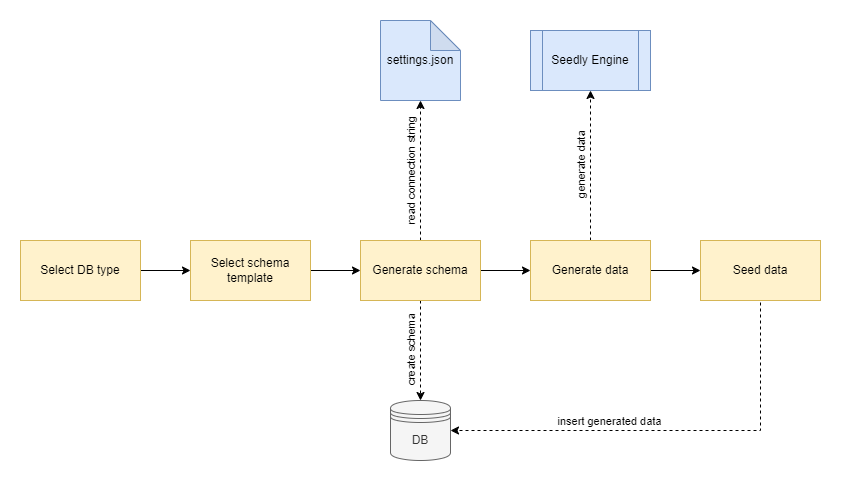
This is docs/assets/seedly.concept.schema.png from mlysien/Seedbly, a draw.io export, as it was before one commit. Source tidied: cells renumbered, new cells last; positions are measured from the earlier drawing's top-left corner, leaving out a move shared by most shapes. The source it was exported from:
```xml
<mxGraphModel>
  <root>
    <mxCell id="0" />
    <mxCell id="1" parent="0" />
    <mxCell id="2" value="DB" style="shape=datastore;whiteSpace=wrap;html=1;fillColor=#f5f5f5;fontColor=#333333;strokeColor=#666666;" parent="1" vertex="1">
      <mxGeometry x="370" y="380" width="60" height="60" as="geometry" />
    </mxCell>
    <mxCell id="3" style="edgeStyle=orthogonalEdgeStyle;rounded=0;jettySize=auto;html=1;" parent="1" edge="1" source="4" target="6">
      <mxGeometry relative="1" as="geometry" />
    </mxCell>
    <mxCell id="4" value="Select DB type" style="rounded=0;whiteSpace=wrap;html=1;fillColor=#fff2cc;strokeColor=#d6b656;" parent="1" vertex="1">
      <mxGeometry y="220" width="120" height="60" as="geometry" />
    </mxCell>
    <mxCell id="5" style="edgeStyle=orthogonalEdgeStyle;rounded=0;jettySize=auto;html=1;" parent="1" edge="1" source="6" target="12">
      <mxGeometry relative="1" as="geometry" />
    </mxCell>
    <mxCell id="6" value="Select schema template" style="whiteSpace=wrap;html=1;rounded=0;fillColor=#fff2cc;strokeColor=#d6b656;" parent="1" vertex="1">
      <mxGeometry x="170" y="220" width="120" height="60" as="geometry" />
    </mxCell>
    <mxCell id="7" style="edgeStyle=orthogonalEdgeStyle;rounded=0;jettySize=auto;html=1;" parent="1" edge="1" source="12" target="16">
      <mxGeometry relative="1" as="geometry" />
    </mxCell>
    <mxCell id="8" style="edgeStyle=orthogonalEdgeStyle;rounded=0;jettySize=auto;html=1;dashed=1;" parent="1" edge="1" source="12" target="17">
      <mxGeometry relative="1" as="geometry" />
    </mxCell>
    <mxCell id="9" value="read connection string" style="edgeLabel;html=1;align=center;verticalAlign=middle;rotation=-90;" parent="8" vertex="1">
      <mxGeometry x="-0.18" y="2" relative="1" as="geometry">
        <mxPoint x="-8" y="-12" as="offset" />
      </mxGeometry>
    </mxCell>
    <mxCell id="10" style="edgeStyle=orthogonalEdgeStyle;rounded=0;jettySize=auto;html=1;dashed=1;" parent="1" edge="1" source="12" target="2">
      <mxGeometry relative="1" as="geometry" />
    </mxCell>
    <mxCell id="11" value="create schema" style="edgeLabel;html=1;align=center;verticalAlign=middle;rotation=-90;" parent="10" vertex="1">
      <mxGeometry x="-0.09" relative="1" as="geometry">
        <mxPoint x="-10" y="4" as="offset" />
      </mxGeometry>
    </mxCell>
    <mxCell id="12" value="Generate schema" style="whiteSpace=wrap;html=1;rounded=0;fillColor=#fff2cc;strokeColor=#d6b656;" parent="1" vertex="1">
      <mxGeometry x="340" y="220" width="120" height="60" as="geometry" />
    </mxCell>
    <mxCell id="13" style="edgeStyle=orthogonalEdgeStyle;rounded=0;jettySize=auto;html=1;dashed=1;entryX=0.5;entryY=1;entryDx=0;entryDy=0;" parent="1" edge="1" source="16" target="21">
      <mxGeometry relative="1" as="geometry" />
    </mxCell>
    <mxCell id="14" value="generate data" style="edgeLabel;html=1;align=center;verticalAlign=middle;rotation=-90;" parent="13" vertex="1">
      <mxGeometry x="0.09" y="-3" relative="1" as="geometry">
        <mxPoint x="-13" y="7" as="offset" />
      </mxGeometry>
    </mxCell>
    <mxCell id="15" style="edgeStyle=orthogonalEdgeStyle;rounded=0;jettySize=auto;html=1;" parent="1" edge="1" source="16" target="20">
      <mxGeometry relative="1" as="geometry" />
    </mxCell>
    <mxCell id="16" value="Generate data" style="whiteSpace=wrap;html=1;rounded=0;fillColor=#fff2cc;strokeColor=#d6b656;" parent="1" vertex="1">
      <mxGeometry x="510" y="220" width="120" height="60" as="geometry" />
    </mxCell>
    <mxCell id="17" value="settings.json" style="shape=note;whiteSpace=wrap;html=1;backgroundOutline=1;darkOpacity=0.05;fillColor=#dae8fc;strokeColor=#6c8ebf;" parent="1" vertex="1">
      <mxGeometry x="360" width="80" height="80" as="geometry" />
    </mxCell>
    <mxCell id="18" style="edgeStyle=orthogonalEdgeStyle;rounded=0;jettySize=auto;html=1;dashed=1;entryX=1;entryY=0.5;entryDx=0;entryDy=0;" parent="1" edge="1" target="2">
      <mxGeometry relative="1" as="geometry">
        <mxPoint x="740" y="282" as="sourcePoint" />
        <Array as="points">
          <mxPoint x="740" y="410" />
        </Array>
      </mxGeometry>
    </mxCell>
    <mxCell id="19" value="insert generated data" style="edgeLabel;html=1;align=center;verticalAlign=middle;" parent="18" vertex="1">
      <mxGeometry x="0.28" y="-2" relative="1" as="geometry">
        <mxPoint x="1" y="-8" as="offset" />
      </mxGeometry>
    </mxCell>
    <mxCell id="20" value="Seed data" style="whiteSpace=wrap;html=1;rounded=0;fillColor=#fff2cc;strokeColor=#d6b656;" parent="1" vertex="1">
      <mxGeometry x="680" y="220" width="120" height="60" as="geometry" />
    </mxCell>
    <mxCell id="21" value="Seedly Engine" style="shape=process;whiteSpace=wrap;html=1;backgroundOutline=1;fillColor=#dae8fc;strokeColor=#6c8ebf;" parent="1" vertex="1">
      <mxGeometry x="510" y="10" width="120" height="60" as="geometry" />
    </mxCell>
  </root>
</mxGraphModel>
```
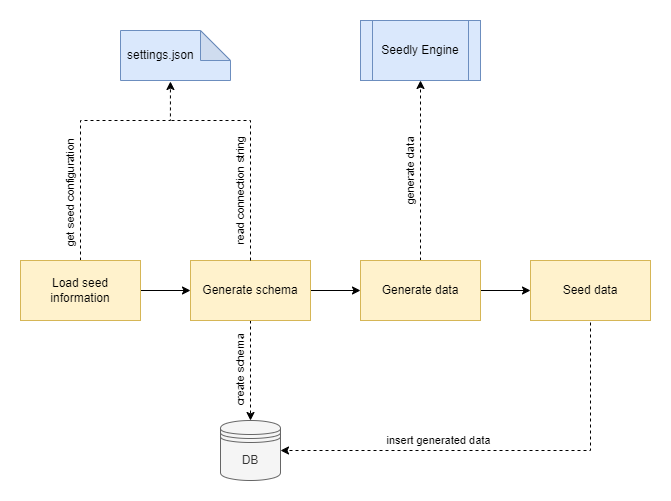
After the change.

Commit message:
update concept schema

The edit, as a diff of the source:
```diff
@@ -5,29 +5,29 @@
     <mxCell id="2" value="DB" style="shape=datastore;whiteSpace=wrap;html=1;fillColor=#f5f5f5;fontColor=#333333;strokeColor=#666666;" parent="1" vertex="1">
       <mxGeometry x="370" y="380" width="60" height="60" as="geometry" />
     </mxCell>
-    <mxCell id="3" style="edgeStyle=orthogonalEdgeStyle;rounded=0;jettySize=auto;html=1;" parent="1" edge="1" source="4" target="6">
-      <mxGeometry relative="1" as="geometry" />
-    </mxCell>
-    <mxCell id="4" value="Select DB type" style="rounded=0;whiteSpace=wrap;html=1;fillColor=#fff2cc;strokeColor=#d6b656;" parent="1" vertex="1">
-      <mxGeometry y="220" width="120" height="60" as="geometry" />
-    </mxCell>
     <mxCell id="5" style="edgeStyle=orthogonalEdgeStyle;rounded=0;jettySize=auto;html=1;" parent="1" edge="1" source="6" target="12">
       <mxGeometry relative="1" as="geometry" />
     </mxCell>
+    <mxCell id="22" style="edgeStyle=orthogonalEdgeStyle;rounded=0;jettySize=auto;html=1;dashed=1;entryX=0.454;entryY=1.02;entryDx=0;entryDy=0;entryPerimeter=0;" parent="1" edge="1" target="17">
+      <mxGeometry relative="1" as="geometry">
+        <mxPoint x="230" y="220" as="sourcePoint" />
+        <Array as="points">
+          <mxPoint x="230" y="80" />
+          <mxPoint x="320" y="80" />
+        </Array>
+      </mxGeometry>
+    </mxCell>
+    <mxCell id="23" value="get seed configuration" style="edgeLabel;html=1;align=center;verticalAlign=middle;rotation=-90;" parent="22" vertex="1">
+      <mxGeometry x="-0.63" y="3" relative="1" as="geometry">
+        <mxPoint x="-7" y="-18" as="offset" />
+      </mxGeometry>
+    </mxCell>
-    <mxCell id="6" value="Select schema template" style="whiteSpace=wrap;html=1;rounded=0;fillColor=#fff2cc;strokeColor=#d6b656;" parent="1" vertex="1">
+    <mxCell id="6" value="Load seed information" style="whiteSpace=wrap;html=1;rounded=0;fillColor=#fff2cc;strokeColor=#d6b656;" parent="1" vertex="1">
       <mxGeometry x="170" y="220" width="120" height="60" as="geometry" />
     </mxCell>
     <mxCell id="7" style="edgeStyle=orthogonalEdgeStyle;rounded=0;jettySize=auto;html=1;" parent="1" edge="1" source="12" target="16">
       <mxGeometry relative="1" as="geometry" />
     </mxCell>
-    <mxCell id="8" style="edgeStyle=orthogonalEdgeStyle;rounded=0;jettySize=auto;html=1;dashed=1;" parent="1" edge="1" source="12" target="17">
-      <mxGeometry relative="1" as="geometry" />
-    </mxCell>
-    <mxCell id="9" value="read connection string" style="edgeLabel;html=1;align=center;verticalAlign=middle;rotation=-90;" parent="8" vertex="1">
-      <mxGeometry x="-0.18" y="2" relative="1" as="geometry">
-        <mxPoint x="-8" y="-12" as="offset" />
-      </mxGeometry>
-    </mxCell>
     <mxCell id="10" style="edgeStyle=orthogonalEdgeStyle;rounded=0;jettySize=auto;html=1;dashed=1;" parent="1" edge="1" source="12" target="2">
       <mxGeometry relative="1" as="geometry" />
     </mxCell>
@@ -44,7 +44,7 @@
     </mxCell>
     <mxCell id="14" value="generate data" style="edgeLabel;html=1;align=center;verticalAlign=middle;rotation=-90;" parent="13" vertex="1">
       <mxGeometry x="0.09" y="-3" relative="1" as="geometry">
-        <mxPoint x="-13" y="7" as="offset" />
+        <mxPoint x="-13" y="9" as="offset" />
       </mxGeometry>
     </mxCell>
     <mxCell id="15" style="edgeStyle=orthogonalEdgeStyle;rounded=0;jettySize=auto;html=1;" parent="1" edge="1" source="16" target="20">
@@ -53,8 +53,8 @@
     <mxCell id="16" value="Generate data" style="whiteSpace=wrap;html=1;rounded=0;fillColor=#fff2cc;strokeColor=#d6b656;" parent="1" vertex="1">
       <mxGeometry x="510" y="220" width="120" height="60" as="geometry" />
     </mxCell>
-    <mxCell id="17" value="settings.json" style="shape=note;whiteSpace=wrap;html=1;backgroundOutline=1;darkOpacity=0.05;fillColor=#dae8fc;strokeColor=#6c8ebf;" parent="1" vertex="1">
-      <mxGeometry x="360" width="80" height="80" as="geometry" />
+    <mxCell id="17" value="settings.json" style="shape=note;whiteSpace=wrap;html=1;backgroundOutline=1;darkOpacity=0.05;fillColor=#dae8fc;strokeColor=#6c8ebf;align=left;spacingLeft=5;" parent="1" vertex="1">
+      <mxGeometry x="270" y="-10" width="110" height="50" as="geometry" />
     </mxCell>
     <mxCell id="18" style="edgeStyle=orthogonalEdgeStyle;rounded=0;jettySize=auto;html=1;dashed=1;entryX=1;entryY=0.5;entryDx=0;entryDy=0;" parent="1" edge="1" target="2">
       <mxGeometry relative="1" as="geometry">
@@ -73,7 +73,18 @@
       <mxGeometry x="680" y="220" width="120" height="60" as="geometry" />
     </mxCell>
     <mxCell id="21" value="Seedly Engine" style="shape=process;whiteSpace=wrap;html=1;backgroundOutline=1;fillColor=#dae8fc;strokeColor=#6c8ebf;" parent="1" vertex="1">
-      <mxGeometry x="510" y="10" width="120" height="60" as="geometry" />
+      <mxGeometry x="510" y="-20" width="120" height="60" as="geometry" />
     </mxCell>
+    <mxCell id="24" style="endArrow=none;dashed=1;html=1;rounded=0;exitX=0.5;exitY=0;exitDx=0;exitDy=0;" parent="1" edge="1" source="12">
+      <mxGeometry relative="1" as="geometry">
+        <mxPoint x="320" y="80" as="targetPoint" />
+        <Array as="points">
+          <mxPoint x="400" y="80" />
+        </Array>
+      </mxGeometry>
+    </mxCell>
+    <mxCell id="9" value="read connection string" style="edgeLabel;html=1;align=center;verticalAlign=middle;rotation=-90;" parent="1" vertex="1">
+      <mxGeometry x="390" y="150" as="geometry" />
+    </mxCell>
   </root>
 </mxGraphModel>
```
